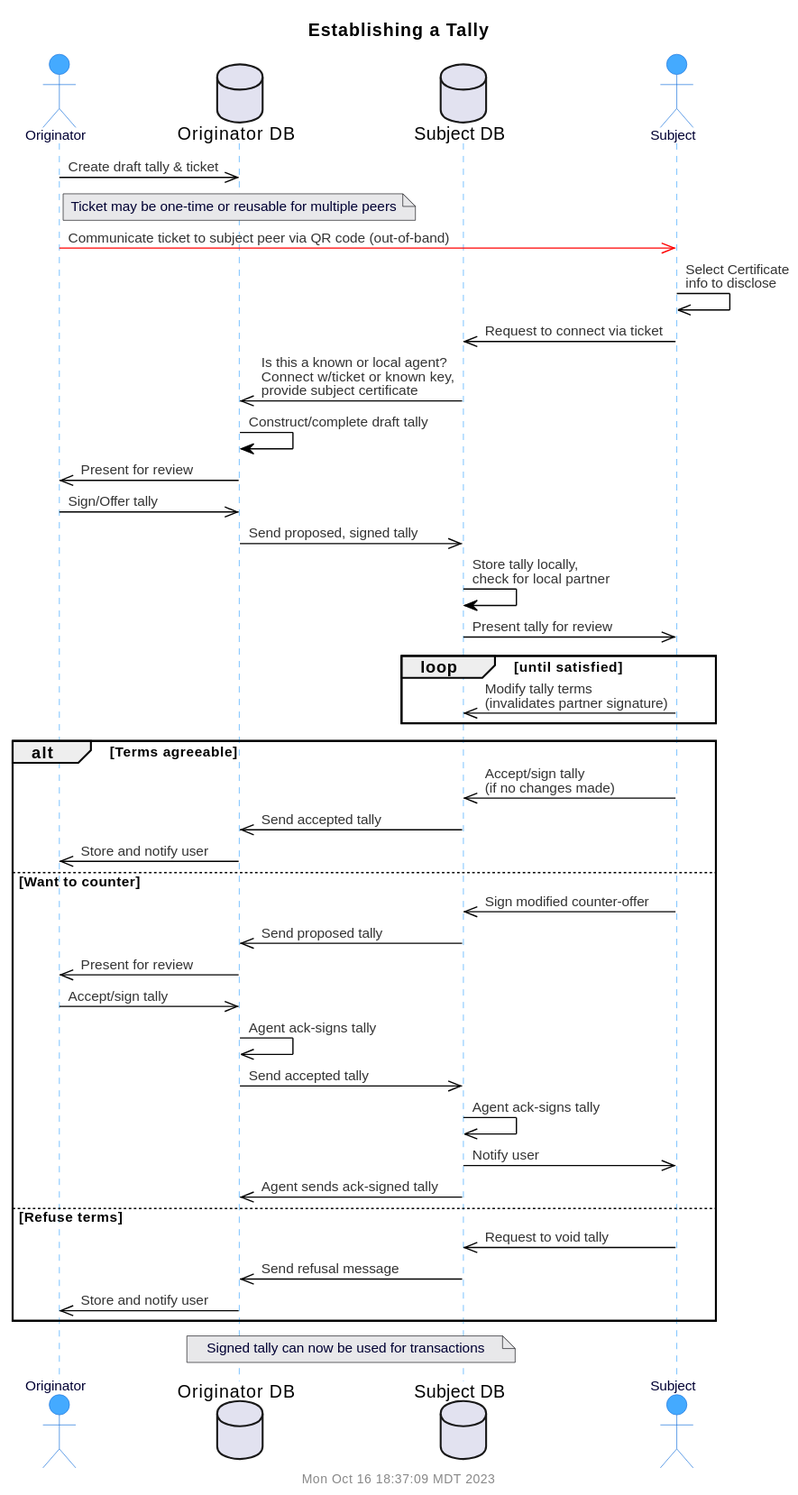
The PlantUML diagram doc/uml/seq-tally.svg in gotchoices/MyCHIPs, before a commit. Source of this version:
```plantuml
@startuml
!include common.puml
$title(Establishing a Tally)
actor "Originator" as prop
database "Originator DB" as propDB
database "Subject DB" as subjDB
actor "Subject" as subj

prop	->>	propDB:		Create draft tally & ticket
note over propDB
  Ticket may be one-time or reusable for multiple peers
end note
prop	-[#red]>> subj:		Communicate ticket to subject peer via QR code (out-of-band)
subj	->>	subj:		Select Certificate\ninfo to disclose
subj	->>	subjDB:		Request to connect via ticket
subjDB	->>	propDB:		Is this a known or local agent?\nConnect w/ticket or known key,\nprovide subject certificate
propDB	->	propDB:		Construct/complete draft tally
propDB	->>	prop:		Present for review
prop	->>	propDB:		Sign/Offer tally
propDB	->>	subjDB:		Send proposed, signed tally
subjDB	->	subjDB:		Store tally locally,\ncheck for local partner
subjDB	->>	subj:		Present tally for review
loop until satisfied
 subj	->>	subjDB:		Modify tally terms\n(invalidates partner signature)
end loop

alt Terms agreeable
 subj	->>	subjDB:		Accept/sign tally\n(if no changes made)
 subjDB ->>	propDB:		Send accepted tally
 propDB	->>	prop:		Store and notify user

else Want to counter
 subj	->>	subjDB:		Sign modified counter-offer
 subjDB	->>	propDB:		Send proposed tally
 propDB	->>	prop:		Present for review
 prop	->>	propDB:		Accept/sign tally
 propDB	->>	propDB:		Agent ack-signs tally
 propDB	->>	subjDB:		Send accepted tally
 subjDB	->>	subjDB:		Agent ack-signs tally
 subjDB	->>	subj:		Notify user
 subjDB	->>	propDB:		Agent sends ack-signed tally

else Refuse terms
 subj	->>	subjDB:		Request to void tally
 subjDB ->>	propDB:		Send refusal message
 propDB	->>	prop:		Store and notify user
end

note over propDB, subjDB
  Signed tally can now be used for transactions
end note
@enduml
```
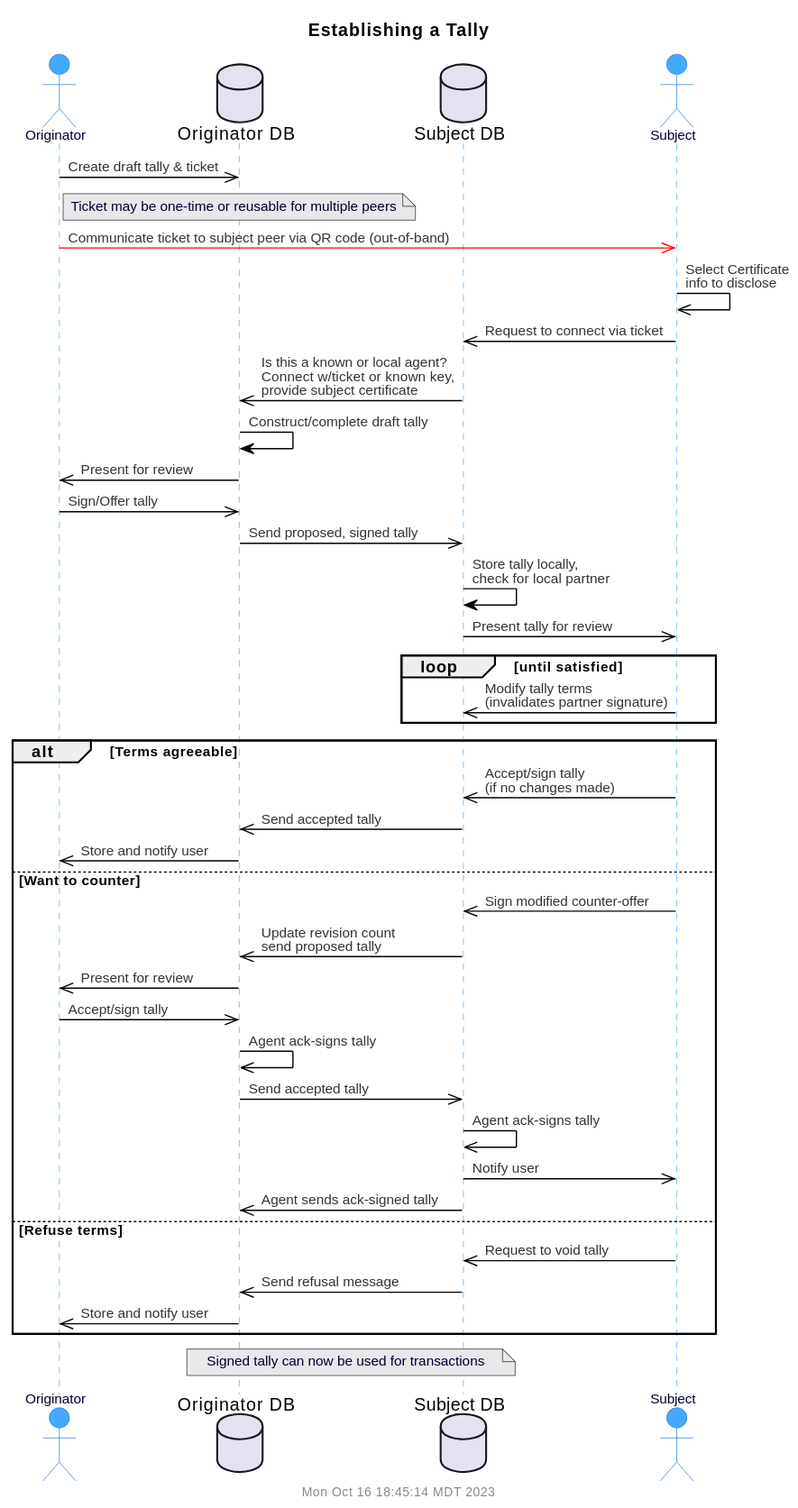
Above is the later version.

Diff of the diagram source:
```diff
@@ -31,7 +31,7 @@
 
 else Want to counter
  subj	->>	subjDB:		Sign modified counter-offer
- subjDB	->>	propDB:		Send proposed tally
+ subjDB	->>	propDB:		Update revision count\nsend proposed tally
  propDB	->>	prop:		Present for review
  prop	->>	propDB:		Accept/sign tally
  propDB	->>	propDB:		Agent ack-signs tally
```
